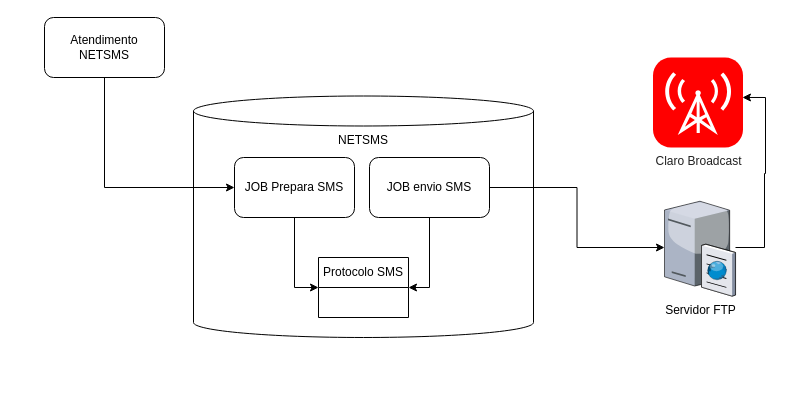
The draw.io diagram 114070 RGC765 (Atendimento) - Envio de Protocolo.drawio in samirali/ClaroBrasil, before the edit. Source tidied: cells renumbered, new cells numbered last; positions are measured from the earlier drawing's top-left corner, leaving out a move shared by most shapes. Both pictures are drawn from the tidied source at 100%, with x=0, y=0 at pixel (44, 17).
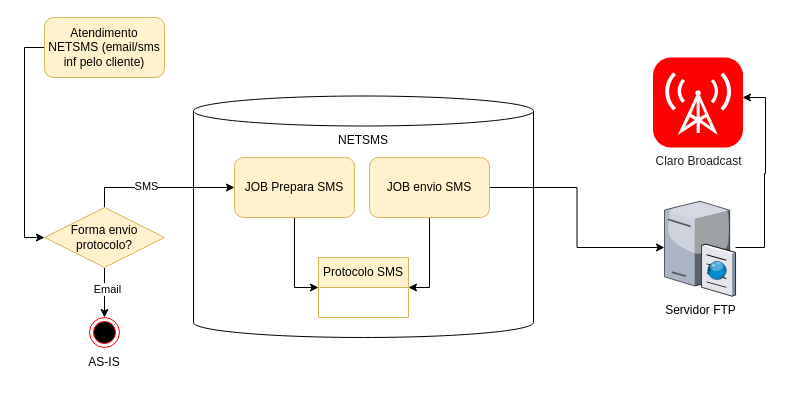
The same page after the edit.

The edit, as a diff of the source:
```diff
@@
-    <mxCell id="3" value="Protocolo SMS" style="swimlane;fontStyle=0;horizontal=1;startSize=30;whiteSpace=wrap;html=1;" parent="1" vertex="1">
+    <mxCell id="3" value="Protocolo SMS" style="swimlane;fontStyle=0;horizontal=1;startSize=30;whiteSpace=wrap;html=1;fillColor=#fff2cc;strokeColor=#d6b656;" parent="1" vertex="1">
       <mxGeometry x="274" y="240" width="90" height="60" as="geometry" />
     </mxCell>
@@
-    <mxCell id="7" value="JOB envio SMS" style="rounded=1;whiteSpace=wrap;html=1;" parent="1" vertex="1">
+    <mxCell id="7" value="JOB envio SMS" style="rounded=1;whiteSpace=wrap;html=1;fillColor=#fff2cc;strokeColor=#d6b656;" parent="1" vertex="1">
       <mxGeometry x="325" y="140" width="120" height="60" as="geometry" />
     </mxCell>
@@
-    <mxCell id="11" value="JOB Prepara SMS" style="rounded=1;whiteSpace=wrap;html=1;" parent="1" vertex="1">
+    <mxCell id="11" value="JOB Prepara SMS" style="rounded=1;whiteSpace=wrap;html=1;fillColor=#fff2cc;strokeColor=#d6b656;" parent="1" vertex="1">
       <mxGeometry x="190" y="140" width="120" height="60" as="geometry" />
     </mxCell>
-    <mxCell id="12" style="edgeStyle=orthogonalEdgeStyle;rounded=0;jettySize=auto;html=1;entryX=0;entryY=0.5;entryDx=0;entryDy=0;exitX=0.5;exitY=1;exitDx=0;exitDy=0;" parent="1" edge="1" source="13" target="11">
-      <mxGeometry relative="1" as="geometry" />
-    </mxCell>
+    <mxCell id="14" style="edgeStyle=orthogonalEdgeStyle;rounded=0;jettySize=auto;html=1;entryX=0;entryY=0.5;entryDx=0;entryDy=0;exitX=0;exitY=0.5;exitDx=0;exitDy=0;" parent="1" edge="1" source="13" target="19">
+      <mxGeometry relative="1" as="geometry" />
+    </mxCell>
-    <mxCell id="13" value="Atendimento NETSMS" style="rounded=1;whiteSpace=wrap;html=1;" parent="1" vertex="1">
+    <mxCell id="13" value="Atendimento NETSMS (email/sms inf pelo cliente)" style="rounded=1;whiteSpace=wrap;html=1;fillColor=#fff2cc;strokeColor=#d6b656;" parent="1" vertex="1">
       <mxGeometry width="120" height="60" as="geometry" />
     </mxCell>
+    <mxCell id="15" style="edgeStyle=orthogonalEdgeStyle;rounded=0;jettySize=auto;html=1;entryX=0;entryY=0.5;entryDx=0;entryDy=0;exitX=0.5;exitY=0;exitDx=0;exitDy=0;" parent="1" edge="1" source="19" target="11">
+      <mxGeometry relative="1" as="geometry" />
+    </mxCell>
+    <mxCell id="16" value="SMS" style="edgeLabel;html=1;align=center;verticalAlign=middle;" parent="15" vertex="1">
+      <mxGeometry x="-0.19" y="2" relative="1" as="geometry" />
+    </mxCell>
+    <mxCell id="17" style="edgeStyle=orthogonalEdgeStyle;rounded=0;jettySize=auto;html=1;entryX=0.5;entryY=0;entryDx=0;entryDy=0;" parent="1" edge="1" source="19" target="20">
+      <mxGeometry relative="1" as="geometry" />
+    </mxCell>
+    <mxCell id="18" value="Email" style="edgeLabel;html=1;align=center;verticalAlign=middle;" parent="17" vertex="1">
+      <mxGeometry x="-0.18" y="2" relative="1" as="geometry" />
+    </mxCell>
+    <mxCell id="19" value="Forma envio protocolo?" style="rhombus;whiteSpace=wrap;html=1;fillColor=#fff2cc;strokeColor=#d6b656;" parent="1" vertex="1">
+      <mxGeometry y="190" width="120" height="60" as="geometry" />
+    </mxCell>
+    <mxCell id="20" style="ellipse;html=1;shape=endState;fillColor=#000000;strokeColor=#ff0000;" parent="1" vertex="1">
+      <mxGeometry x="45" y="300" width="30" height="30" as="geometry" />
+    </mxCell>
+    <mxCell id="21" value="AS-IS" style="text;html=1;align=center;verticalAlign=middle;whiteSpace=wrap;rounded=0;" parent="1" vertex="1">
+      <mxGeometry x="30" y="330" width="60" height="30" as="geometry" />
+    </mxCell>
```
